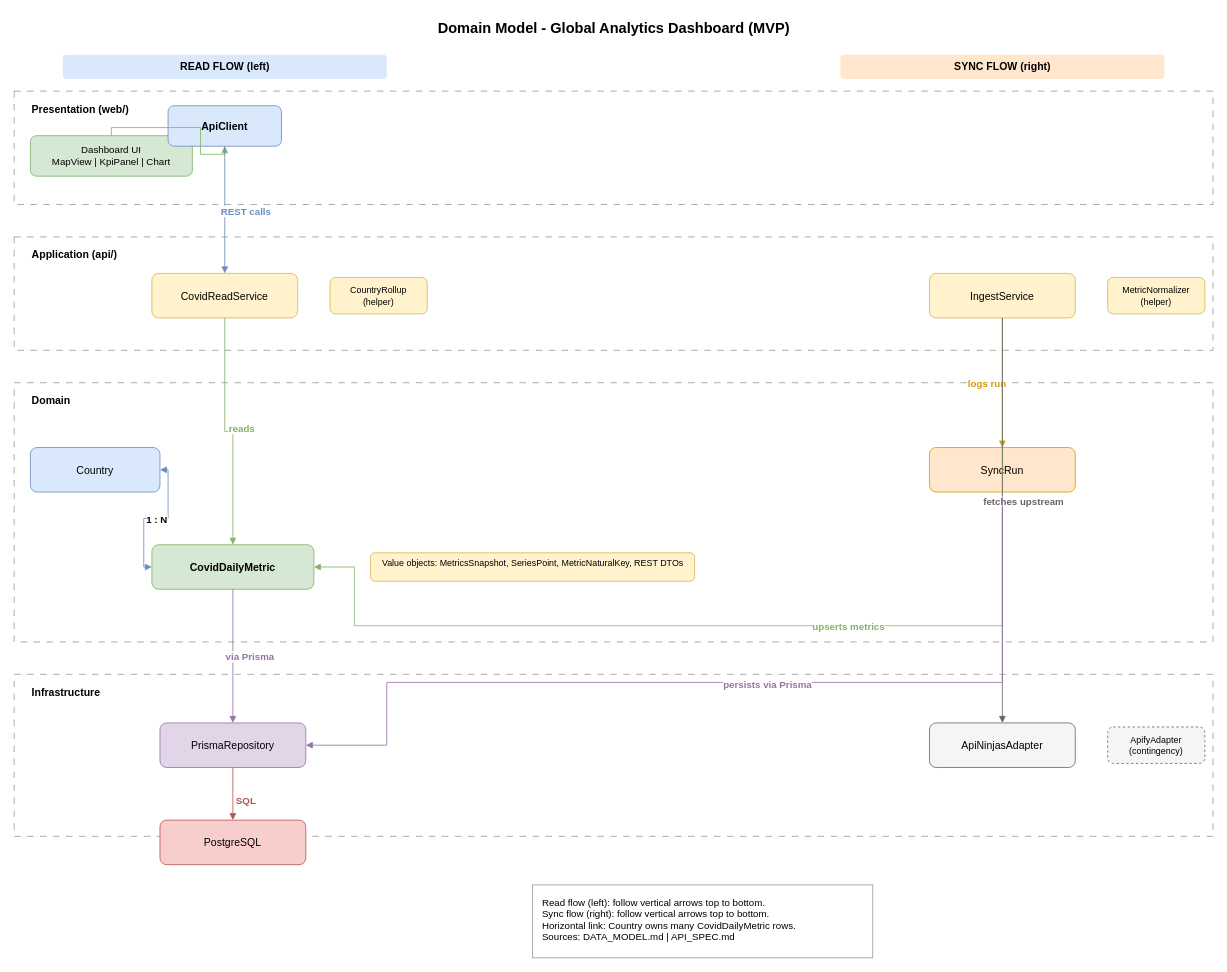
This is docs/diagrams/domain-model.drawio from devnicolelobo/global-analytics-dashboard, a draw.io file, before an edit. Source tidied: cells renumbered, new cells numbered last; positions are measured from the earlier drawing's top-left corner, leaving out a move shared by most shapes. Both pictures are drawn from the tidied source at 81%, with x=0, y=0 at pixel (14, 14).
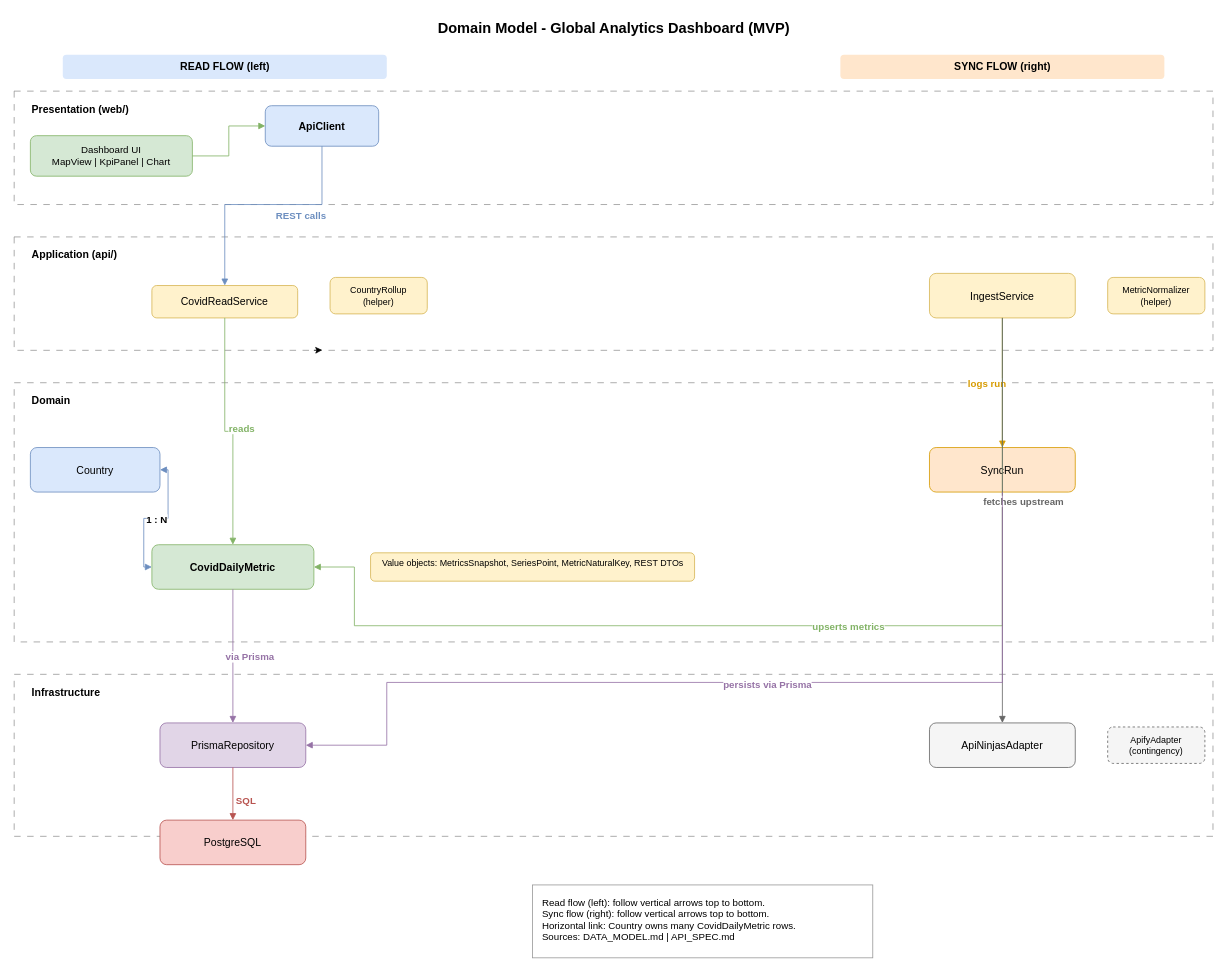
The same page after the edit.

Commit message:
docs: refine domain model diagram layout

Improve read/sync column spacing and ApiClient alignment for clearer flow arrows.

The change refers to these unchanged cells:
```xml
<mxCell id="9" style="rounded=0;whiteSpace=wrap;html=1;fillColor=none;strokeColor=#999999;dashed=1;dashPattern=8 8;" parent="1" vertex="1">
  <mxGeometry y="275" width="1480" height="140" as="geometry" />
</mxCell>
```

The edit, as a diff of the source:
```diff
@@
     <mxCell id="8" value="ApiClient" style="rounded=1;whiteSpace=wrap;html=1;fillColor=#dae8fc;strokeColor=#6c8ebf;fontSize=13;fontStyle=1;" parent="1" vertex="1">
-      <mxGeometry x="190" y="113" width="140" height="50" as="geometry" />
+      <mxGeometry x="310" y="113" width="140" height="50" as="geometry" />
     </mxCell>
@@
     <mxCell id="11" value="CovidReadService" style="rounded=1;whiteSpace=wrap;html=1;fillColor=#fff2cc;strokeColor=#d6b656;fontSize=13;" parent="1" vertex="1">
-      <mxGeometry x="170" y="320" width="180" height="55" as="geometry" />
+      <mxGeometry x="170" y="335" width="180" height="40" as="geometry" />
     </mxCell>
@@
     <mxCell id="28" style="edgeStyle=orthogonalEdgeStyle;rounded=0;html=1;strokeColor=#6c8ebf;endArrow=block;endFill=1;exitX=0.5;exitY=1;entryX=0.5;entryY=0;" parent="1" edge="1" source="8" target="11">
-      <mxGeometry relative="1" as="geometry" />
+      <mxGeometry relative="1" as="geometry">
+        <Array as="points">
+          <mxPoint x="380" y="235" />
+          <mxPoint x="260" y="235" />
+        </Array>
+      </mxGeometry>
     </mxCell>
@@
+    <mxCell id="47" style="edgeStyle=none;html=1;exitX=0.25;exitY=1;exitDx=0;exitDy=0;entryX=0.257;entryY=0.998;entryDx=0;entryDy=0;entryPerimeter=0;" parent="1" edge="1" source="9" target="9">
+      <mxGeometry relative="1" as="geometry" />
+    </mxCell>
```
